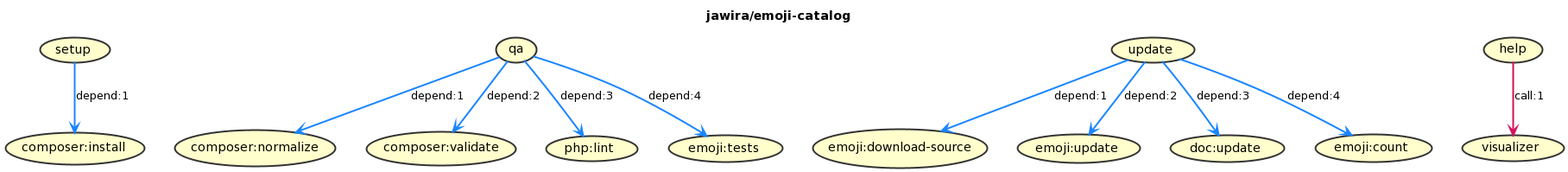
Above: build.png in jawira/emoji-catalog (PlantUML), before the change. The source it was exported from:
```plantuml
@startuml
title
jawira/emoji-catalog
end title

top to bottom direction

skinparam Shadowing false
skinparam ArrowFontColor Black
skinparam ArrowThickness 2
skinparam UseCaseBackgroundColor #FFFECC
skinparam UseCaseBorderColor #333333
skinparam UseCaseBorderThickness 2
skinparam UseCaseFontColor Black


(setup) -[#1A85FF]-> (composer:install) : depend:1
(qa) -[#1A85FF]-> (composer:normalize) : depend:1
(qa) -[#1A85FF]-> (composer:validate) : depend:2
(qa) -[#1A85FF]-> (php:lint) : depend:3
(qa) -[#1A85FF]-> (emoji:tests) : depend:4
(update) -[#1A85FF]-> (emoji:download-source) : depend:1
(update) -[#1A85FF]-> (emoji:update) : depend:2
(update) -[#1A85FF]-> (doc:update) : depend:3
(update) -[#1A85FF]-> (emoji:count) : depend:4
(help) -[#D41159]-> (visualizer) : call:1
(setup)
(qa)
(update)
(composer:validate)
(visualizer)
(composer:install)
(composer:normalize)
(emoji:download-source)
(emoji:update)
(doc:update)
(php:lint)
(emoji:tests)
(emoji:count)
(help)
(visualizer)
@enduml
```
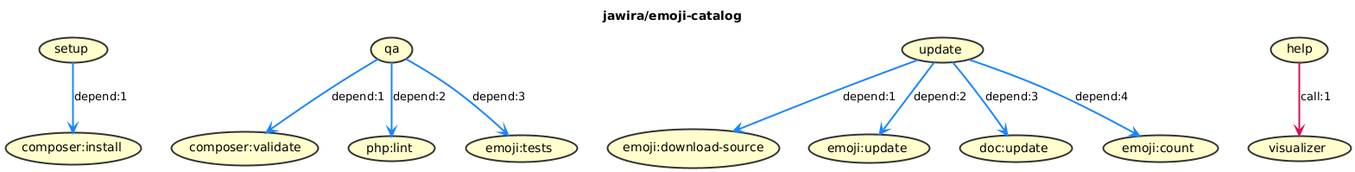
After the change.

Commit message:
feat: Remove composer normalize

Diff of the diagram source:
```diff
@@ -15,10 +15,9 @@
 
 
 (setup) -[#1A85FF]-> (composer:install) : depend:1
-(qa) -[#1A85FF]-> (composer:normalize) : depend:1
-(qa) -[#1A85FF]-> (composer:validate) : depend:2
-(qa) -[#1A85FF]-> (php:lint) : depend:3
-(qa) -[#1A85FF]-> (emoji:tests) : depend:4
+(qa) -[#1A85FF]-> (composer:validate) : depend:1
+(qa) -[#1A85FF]-> (php:lint) : depend:2
+(qa) -[#1A85FF]-> (emoji:tests) : depend:3
 (update) -[#1A85FF]-> (emoji:download-source) : depend:1
 (update) -[#1A85FF]-> (emoji:update) : depend:2
 (update) -[#1A85FF]-> (doc:update) : depend:3
@@ -28,9 +27,7 @@
 (qa)
 (update)
 (composer:validate)
-(visualizer)
 (composer:install)
-(composer:normalize)
 (emoji:download-source)
 (emoji:update)
 (doc:update)
```
